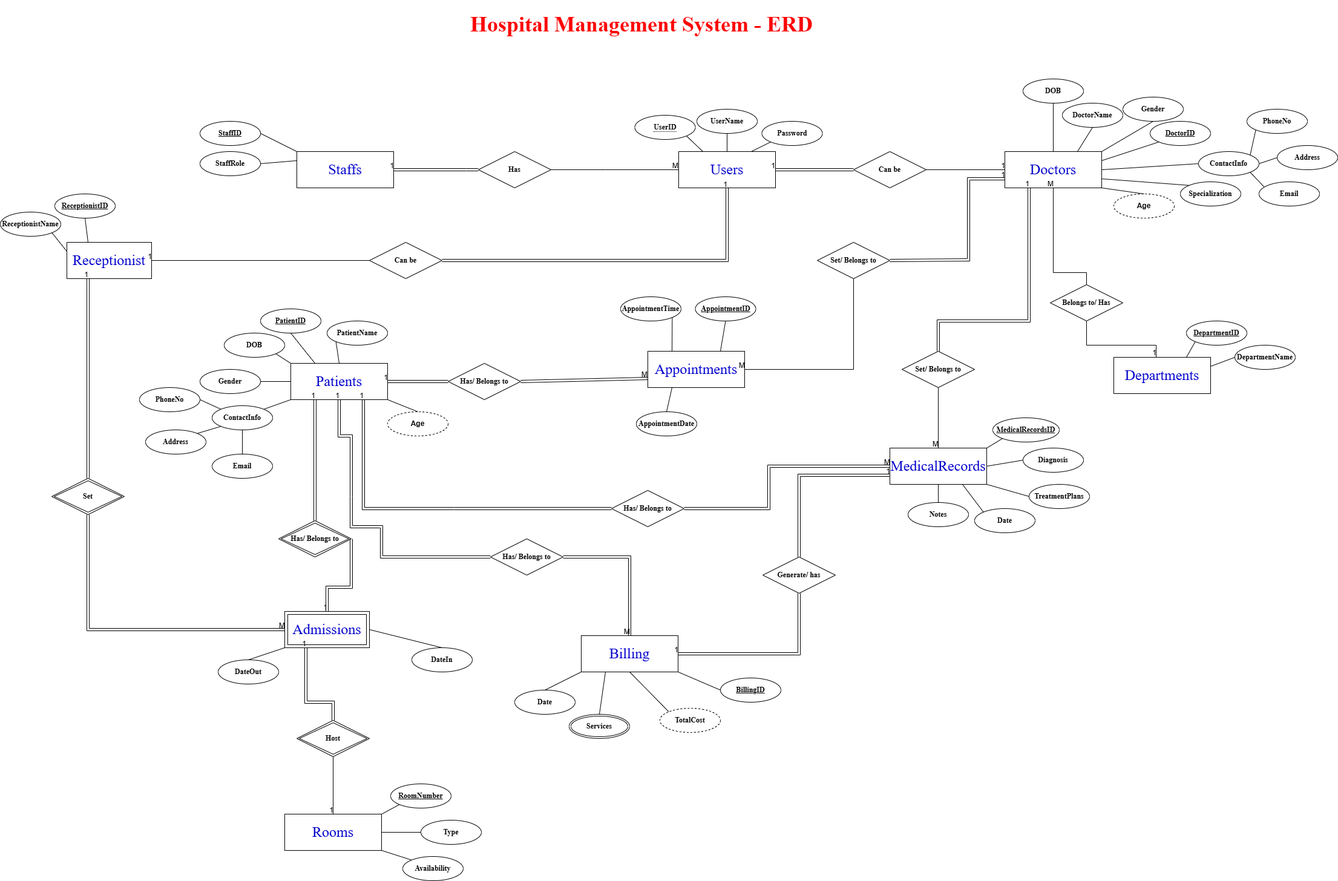
Before: Images/_HospitalManagementSystemERD.png, a diagram exported from draw.io (rahmaAlmamari/HospitalManagementSystem). Source tidied: cells renumbered, new cells last; positions are measured from the earlier drawing's top-left corner, leaving out a move shared by most shapes.
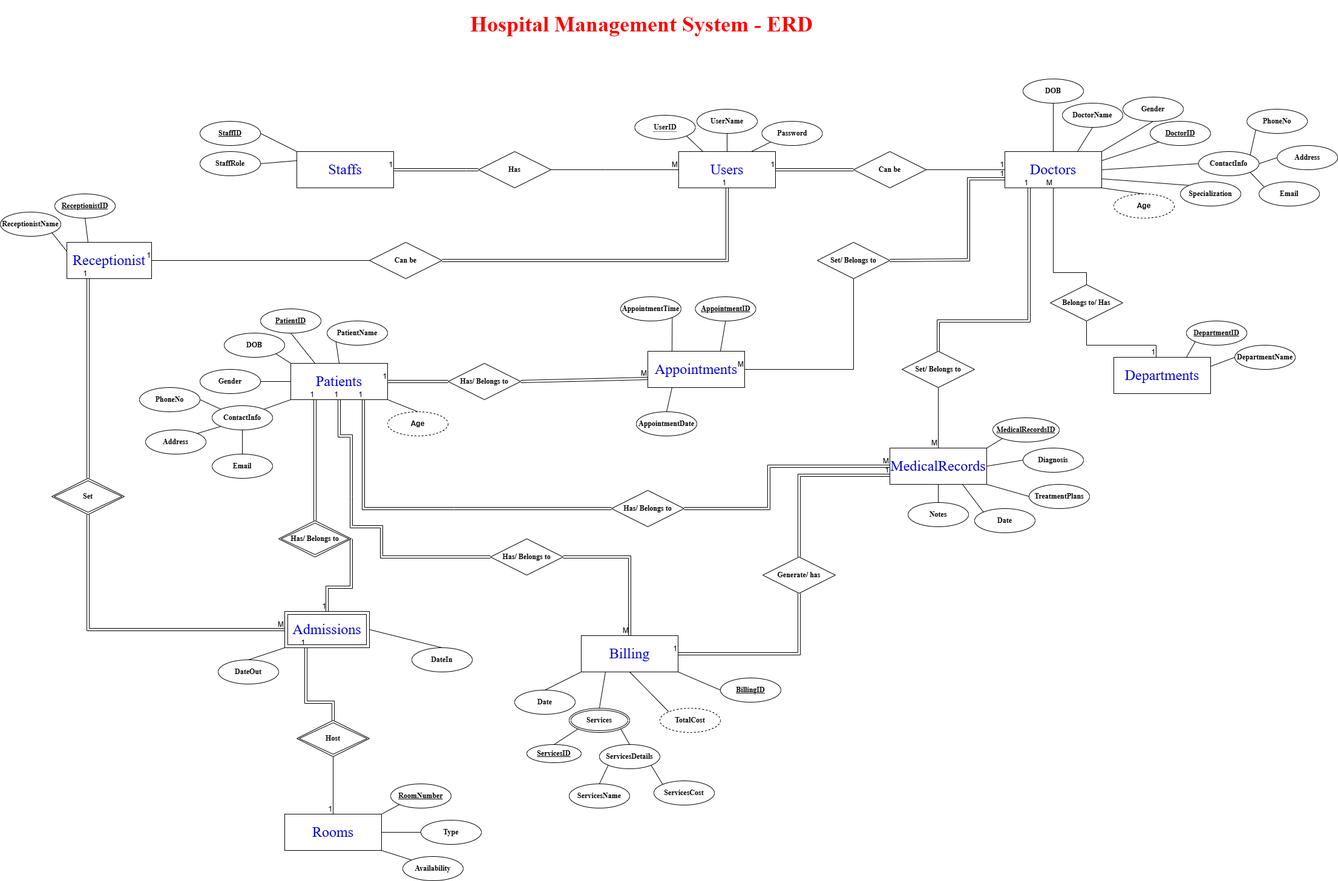
The same diagram one commit later.

Commit message:
Modify ERD solution

Change to the diagram source:
```diff
@@ -209,9 +209,6 @@
     <mxCell id="70" value="&lt;font face=&quot;Times New Roman&quot;&gt;&lt;b&gt;BillingID&lt;/b&gt;&lt;/font&gt;" style="ellipse;whiteSpace=wrap;html=1;align=center;fontStyle=4;" parent="1" vertex="1">
       <mxGeometry x="1190" y="1120" width="100" height="40" as="geometry" />
     </mxCell>
-    <mxCell id="71" value="&lt;font face=&quot;Times New Roman&quot;&gt;&lt;b&gt;Services&lt;/b&gt;&lt;/font&gt;" style="ellipse;shape=doubleEllipse;margin=3;whiteSpace=wrap;html=1;align=center;" parent="1" vertex="1">
-      <mxGeometry x="940" y="1180" width="100" height="40" as="geometry" />
-    </mxCell>
     <mxCell id="72" value="&lt;font face=&quot;Times New Roman&quot;&gt;&lt;b&gt;Date&lt;/b&gt;&lt;/font&gt;" style="ellipse;whiteSpace=wrap;html=1;align=center;" parent="1" vertex="1">
       <mxGeometry x="850" y="1140" width="100" height="40" as="geometry" />
     </mxCell>
@@ -590,5 +587,32 @@
     <mxCell id="169" value="&lt;b style=&quot;font-family: &amp;quot;Times New Roman&amp;quot;;&quot;&gt;TotalCost&lt;/b&gt;" style="ellipse;whiteSpace=wrap;html=1;align=center;dashed=1;" parent="1" vertex="1">
       <mxGeometry x="1090" y="1170" width="100" height="40" as="geometry" />
     </mxCell>
+    <mxCell id="170" value="&lt;font face=&quot;Times New Roman&quot;&gt;&lt;b&gt;ServicesID&lt;/b&gt;&lt;/font&gt;" style="ellipse;whiteSpace=wrap;html=1;align=center;fontStyle=4;" parent="1" vertex="1">
+      <mxGeometry x="870" y="1230" width="90" height="30" as="geometry" />
+    </mxCell>
+    <mxCell id="171" value="&lt;font face=&quot;Times New Roman&quot;&gt;&lt;b&gt;ServicesDetails&lt;/b&gt;&lt;/font&gt;" style="ellipse;whiteSpace=wrap;html=1;align=center;" parent="1" vertex="1">
+      <mxGeometry x="990" y="1230" width="100" height="40" as="geometry" />
+    </mxCell>
+    <mxCell id="71" value="&lt;b style=&quot;font-family: &amp;quot;Times New Roman&amp;quot;;&quot;&gt;Services&lt;/b&gt;" style="ellipse;shape=doubleEllipse;margin=3;whiteSpace=wrap;html=1;align=center;" parent="1" vertex="1">
+      <mxGeometry x="940" y="1170" width="100" height="40" as="geometry" />
+    </mxCell>
+    <mxCell id="172" value="&lt;font face=&quot;Times New Roman&quot;&gt;&lt;b&gt;ServicesCost&lt;/b&gt;&lt;/font&gt;" style="ellipse;whiteSpace=wrap;html=1;align=center;" parent="1" vertex="1">
+      <mxGeometry x="1080" y="1290" width="100" height="40" as="geometry" />
+    </mxCell>
+    <mxCell id="173" value="&lt;font face=&quot;Times New Roman&quot;&gt;&lt;b&gt;ServicesName&lt;/b&gt;&lt;/font&gt;" style="ellipse;whiteSpace=wrap;html=1;align=center;" parent="1" vertex="1">
+      <mxGeometry x="940" y="1295" width="100" height="40" as="geometry" />
+    </mxCell>
+    <mxCell id="174" style="endArrow=none;html=1;rounded=0;exitX=0;exitY=0;exitDx=0;exitDy=0;entryX=1;entryY=1;entryDx=0;entryDy=0;" parent="1" edge="1" source="172" target="171">
+      <mxGeometry relative="1" as="geometry" />
+    </mxCell>
+    <mxCell id="175" style="endArrow=none;html=1;rounded=0;exitX=0.5;exitY=0;exitDx=0;exitDy=0;entryX=0;entryY=1;entryDx=0;entryDy=0;" parent="1" edge="1" source="173" target="171">
+      <mxGeometry relative="1" as="geometry" />
+    </mxCell>
+    <mxCell id="176" style="endArrow=none;html=1;rounded=0;exitX=0.5;exitY=0;exitDx=0;exitDy=0;entryX=1;entryY=1;entryDx=0;entryDy=0;" parent="1" edge="1" source="171" target="71">
+      <mxGeometry relative="1" as="geometry" />
+    </mxCell>
+    <mxCell id="177" style="endArrow=none;html=1;rounded=0;exitX=0.5;exitY=0;exitDx=0;exitDy=0;entryX=0;entryY=1;entryDx=0;entryDy=0;" parent="1" edge="1" source="170" target="71">
+      <mxGeometry relative="1" as="geometry" />
+    </mxCell>
   </root>
 </mxGraphModel>
```
